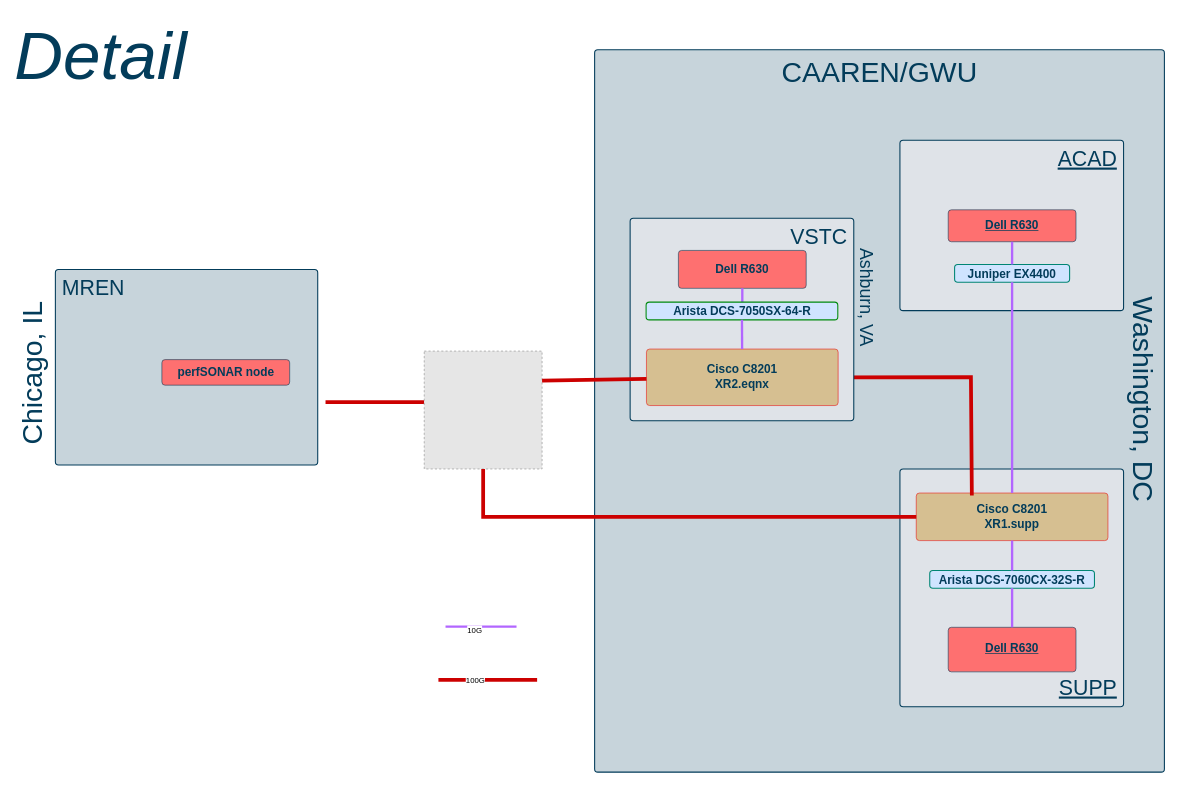
This is page "Networking Detail" (3 of 4) of Docs/diagrams/preso_diags.drawio from gwit-rts/SC26, a draw.io file, before an edit. Source tidied: cells renumbered, new cells numbered last; positions are measured from the earlier drawing's top-left corner, leaving out a move shared by most shapes. Both pictures are drawn from the tidied source at 71%, with x=0, y=0 at pixel (-62, 12). Pictures stored in the file or linked from it are replaced by grey dashed boxes.
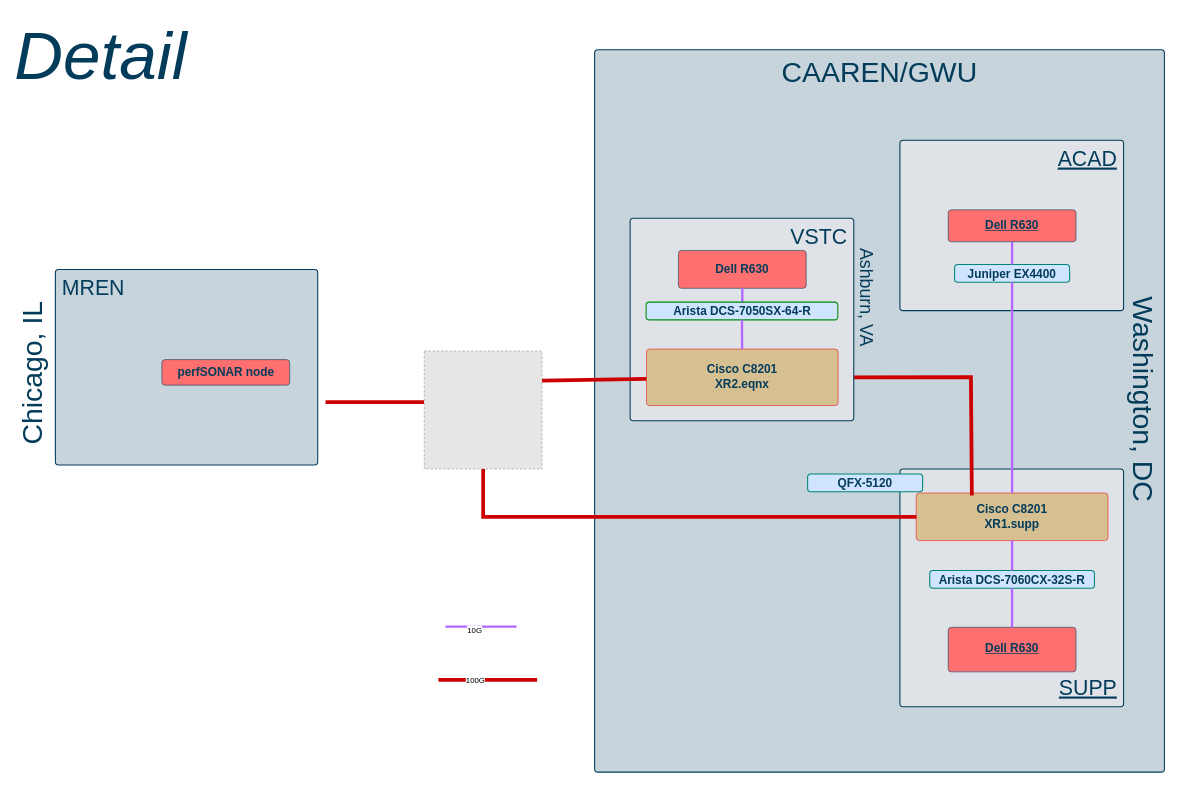
Above is the later version.

The edit, as a diff of the source:
```diff
@@
+    <mxCell id="36" value="&lt;div&gt;QFX-5120&lt;/div&gt;" style="html=1;overflow=block;blockSpacing=1;whiteSpace=wrap;fontSize=16.7;fontColor=#033c5a;fontStyle=1;spacing=3.8;strokeColor=#008573;strokeOpacity=100;fillOpacity=100;rounded=1;absoluteArcSize=1;arcSize=9;fillColor=#cfe4ff;strokeWidth=1.5;lucidId=X7wfHtqKZfrj;" parent="1" vertex="1">
+      <mxGeometry x="1224" y="650" width="162" height="25" as="geometry" />
+    </mxCell>
```
